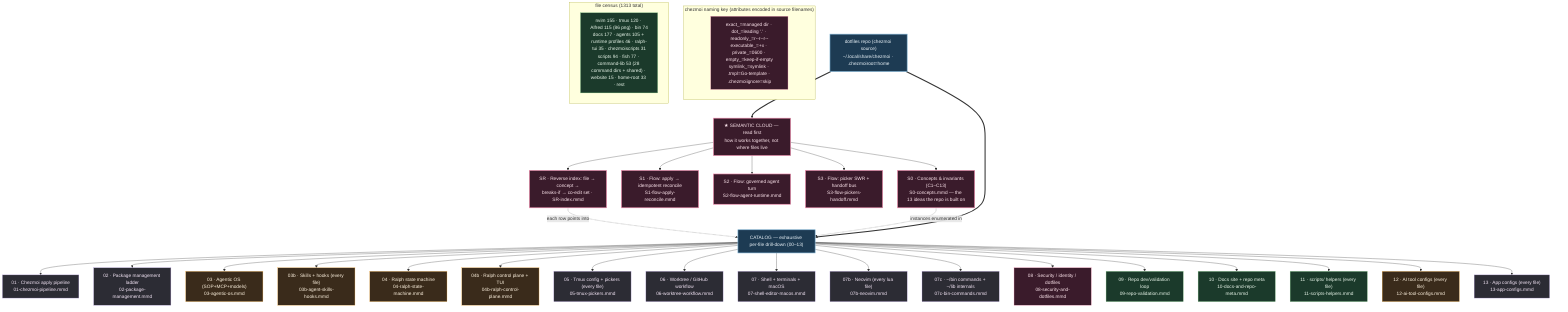
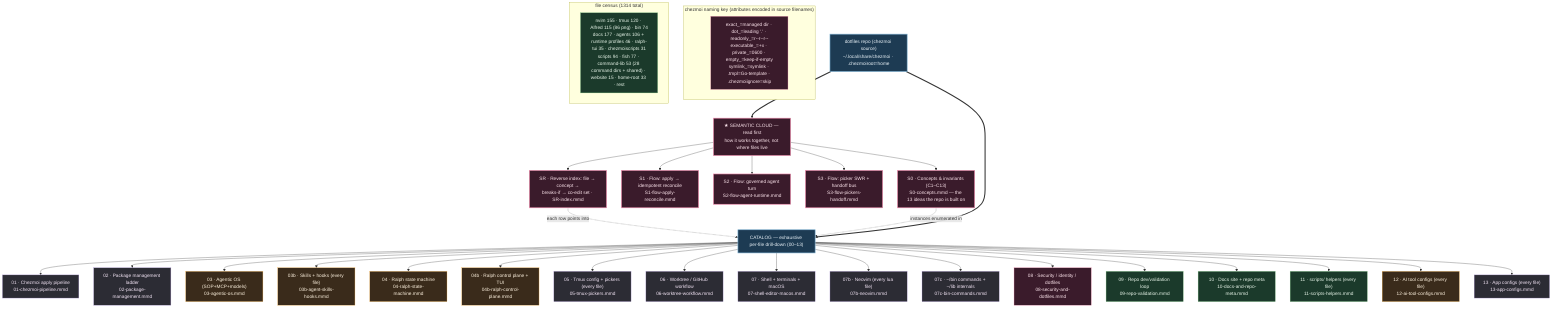
%% ============================================================================
%% 00-overview.mmd — Master navigation map for kapral18/dotfiles
%% TWO LAYERS:
%%   SEMANTIC CLOUD (read first) — how the system THINKS: concepts+invariants
%%     (S0), cross-cutting flows (S1/S2/S3), and a reverse index (SR) that maps
%%     any file to its concept, blast radius, and co-edit set.
%%   CATALOG (drill-down) — how the system is LAID OUT: 00-13 enumerate every
- %%     one of the 1313 files in the effective git file set by exact chezmoi source path.
+ %%     one of the 1314 files in the effective git file set by exact chezmoi source path.
%% `home/` is chezmoi source deployed to $HOME; scripts/tools/website/docs are
%% repo-side (NOT deployed). Each node → a deeper .mmd.
%% ============================================================================
graph TD
    classDef entry fill:#1d3b53,stroke:#7fb3d5,color:#eaf2f8,stroke-width:2px;
    classDef sys fill:#2c2c34,stroke:#b39ddb,color:#f3e5f5;
    classDef ai fill:#3a2b1b,stroke:#ffb74d,color:#fff3e0;
    classDef repo fill:#1b3a2b,stroke:#81c784,color:#e8f5e9;
    classDef data fill:#3a1b2b,stroke:#f48fb1,color:#fce4ec;
    classDef sem fill:#3a1b2b,stroke:#f48fb1,color:#fce4ec,stroke-width:2px;

    ROOT["dotfiles repo (chezmoi source)<br/>~/.local/share/chezmoi · .chezmoiroot=home"]:::entry

    %% ---- SEMANTIC LAYER (read before the catalog) --------------------------
    ROOT ==> SEMHEAD["★ SEMANTIC CLOUD — read first<br/>how it works together, not where files live"]:::sem
    SEMHEAD --> S0["S0 · Concepts & invariants (C1–C13)<br/>S0-concepts.mmd — the 13 ideas the repo is built on"]:::sem
    SEMHEAD --> S1["S1 · Flow: apply → idempotent reconcile<br/>S1-flow-apply-reconcile.mmd"]:::sem
    SEMHEAD --> S2["S2 · Flow: governed agent turn<br/>S2-flow-agent-runtime.mmd"]:::sem
    SEMHEAD --> S3["S3 · Flow: picker SWR + handoff bus<br/>S3-flow-pickers-handoff.mmd"]:::sem
    SEMHEAD --> SR["SR · Reverse index: file → concept →<br/>breaks-if → co-edit set · SR-index.mmd"]:::sem
    SR -. "each row points into" .-> CATHEAD
    S0 -. "instances enumerated in" .-> CATHEAD

    %% ---- CATALOG LAYER (exhaustive per-file drill-down) --------------------
    ROOT ==> CATHEAD["CATALOG — exhaustive per-file drill-down (00–13)"]:::entry

    CATHEAD --> CZ["01 · Chezmoi apply pipeline<br/>01-chezmoi-pipeline.mmd"]:::sys
    CATHEAD --> PKG["02 · Package management ladder<br/>02-package-management.mmd"]:::sys
    CATHEAD --> AIOS["03 · Agentic OS (SOP+MCP+models)<br/>03-agentic-os.mmd"]:::ai
    CATHEAD --> SKILLS["03b · Skills + hooks (every file)<br/>03b-agent-skills-hooks.mmd"]:::ai
    CATHEAD --> RALPH["04 · Ralph state machine<br/>04-ralph-state-machine.mmd"]:::ai
    CATHEAD --> RALPHCP["04b · Ralph control plane + TUI<br/>04b-ralph-control-plane.mmd"]:::ai
    CATHEAD --> TMUX["05 · Tmux config + pickers (every file)<br/>05-tmux-pickers.mmd"]:::sys
    CATHEAD --> WT["06 · Worktree / GitHub workflow<br/>06-worktree-workflow.mmd"]:::sys
    CATHEAD --> SEM["07 · Shell + terminals + macOS<br/>07-shell-editor-macos.mmd"]:::sys
    CATHEAD --> NVIM["07b · Neovim (every lua file)<br/>07b-neovim.mmd"]:::sys
    CATHEAD --> BIN["07c · ~/bin commands + ~/lib internals<br/>07c-bin-commands.mmd"]:::sys
    CATHEAD --> SEC["08 · Security / identity / dotfiles<br/>08-security-and-dotfiles.mmd"]:::data
    CATHEAD --> VAL["09 · Repo dev/validation loop<br/>09-repo-validation.mmd"]:::repo
    CATHEAD --> DOCS["10 · Docs site + repo meta<br/>10-docs-and-repo-meta.mmd"]:::repo
    CATHEAD --> SCRIPTS["11 · scripts/ helpers (every file)<br/>11-scripts-helpers.mmd"]:::repo
    CATHEAD --> AICFG["12 · AI tool configs (every file)<br/>12-ai-tool-configs.mmd"]:::ai
    CATHEAD --> APPS["13 · App configs (every file)<br/>13-app-configs.mmd"]:::sys

    subgraph KEY["chezmoi naming key (attributes encoded in source filenames)"]
        K1["exact_=managed dir · dot_=leading '.' · readonly_=r--r--r--<br/>executable_=+x · private_=0600 · empty_=keep-if-empty<br/>symlink_=symlink · .tmpl=Go-template · .chezmoiignore=skip"]:::data
    end

-     subgraph COUNTS["file census (1313 total)"]
-         C1["nvim 155 · tmux 120 · Alfred 115 (86 png) · bin 74<br/>docs 177 · agents 105 + runtime profiles 46 · ralph-tui 35 · chezmoiscripts 31<br/>scripts 94 · fish 77 · command-lib 53 (28 command dirs + shared) · website 15 · home-root 33 · rest"]:::repo
+     subgraph COUNTS["file census (1314 total)"]
+         C1["nvim 155 · tmux 120 · Alfred 115 (86 png) · bin 74<br/>docs 177 · agents 106 + runtime profiles 46 · ralph-tui 35 · chezmoiscripts 31<br/>scripts 94 · fish 77 · command-lib 53 (28 command dirs + shared) · website 15 · home-root 33 · rest"]:::repo
    end
